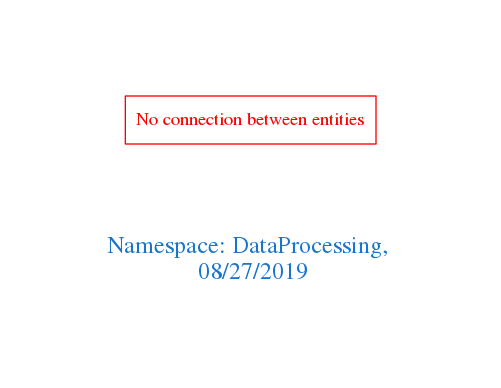
The Graphviz diagram downloads/DataProcessing.png in arago/OGIT, before a commit. Its source is kept beside it as downloads/DataProcessing.dot.
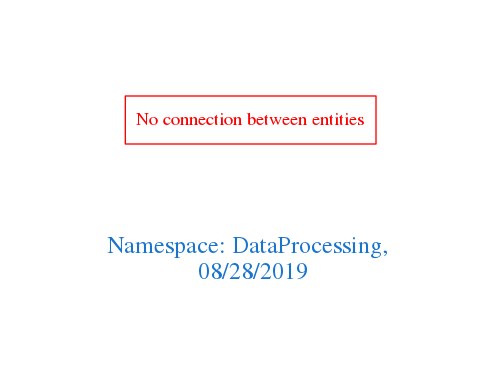
After the commit.

Diff of the diagram source:
```diff
@@ -1,7 +1,7 @@
 digraph OGIT_ontology {
  graph [ rankdir= LR,pad=1
 fontsize = 18,
-fontcolor= dodgerblue3,label = "\n\n\nNamespace: DataProcessing, \n 08/27/2019"];
+fontcolor= dodgerblue3,label = "\n\n\nNamespace: DataProcessing, \n 08/28/2019"];
 node[shape=polygon];
 edge [  color="gray81"];
 
```
